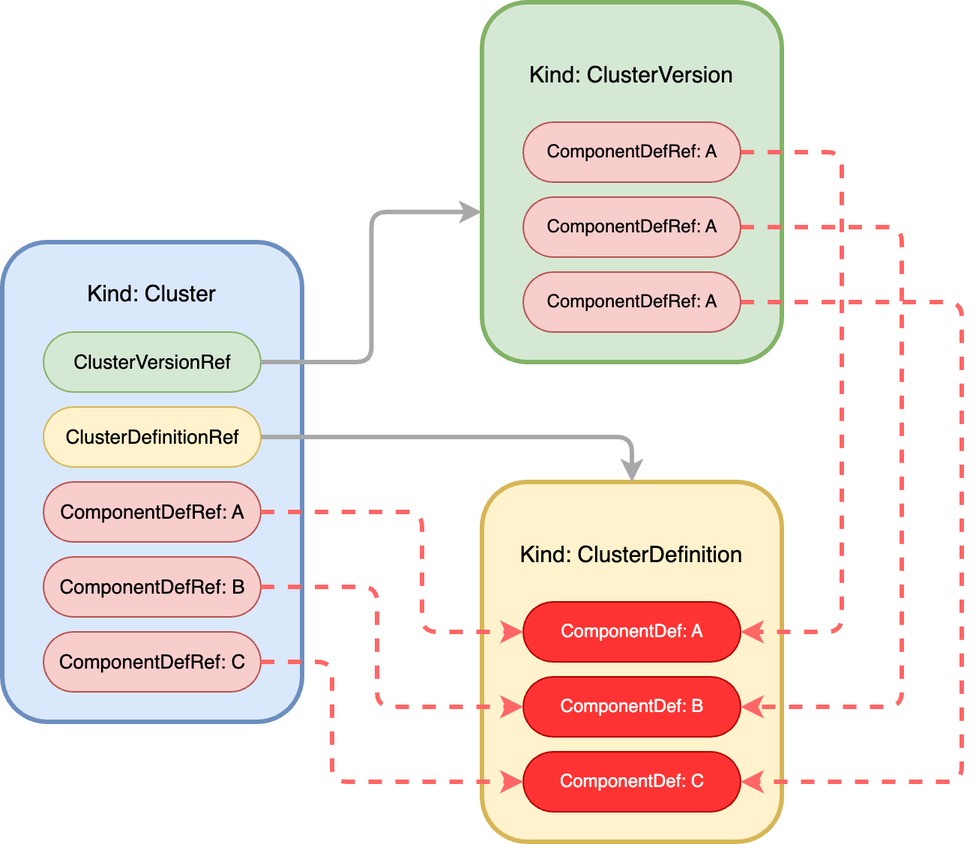
Before: _posts/img/2023-08-28/kubeblocks.png, a diagram exported from draw.io (shawnh2/shawnh2.github.io). Source tidied: cells renumbered, new cells last; positions are measured from the earlier drawing's top-left corner, leaving out a move shared by most shapes.
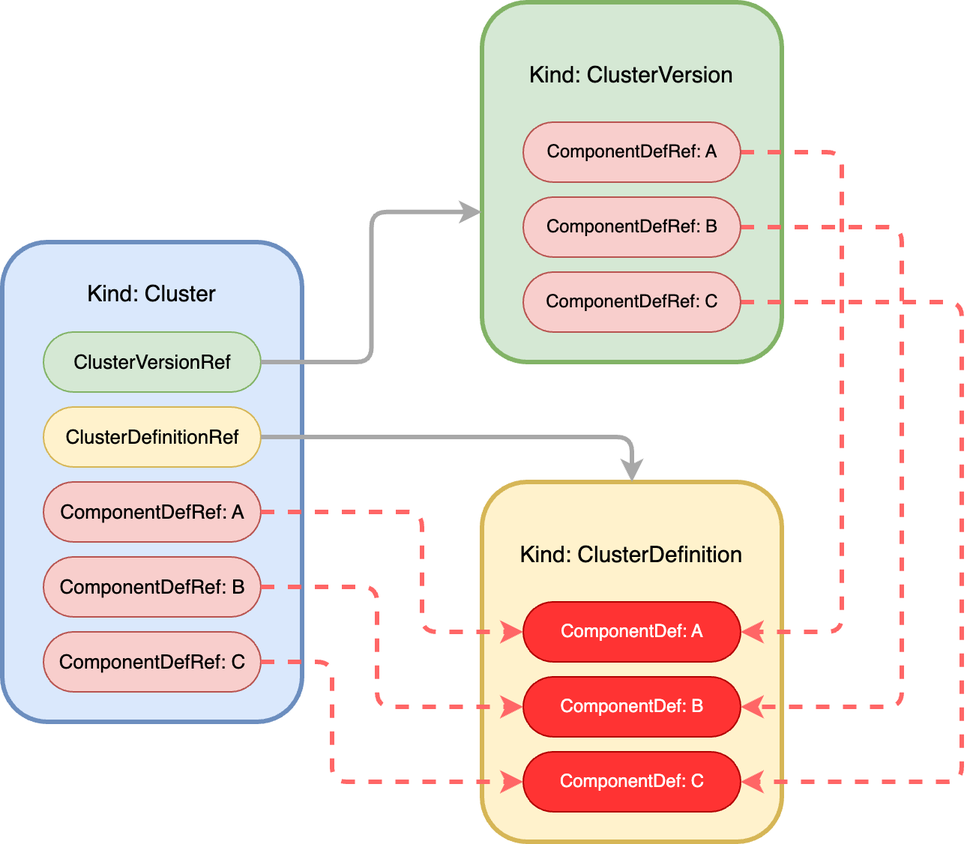
After the commit.

Diff of the diagram source:
```diff
@@ -87,7 +87,7 @@
         </Array>
       </mxGeometry>
     </mxCell>
-    <mxCell id="22" value="ComponentDefRef: A" style="rounded=1;whiteSpace=wrap;html=1;fillColor=#f8cecc;strokeColor=#b85450;arcSize=50;" parent="1" vertex="1">
+    <mxCell id="22" value="ComponentDefRef: B" style="rounded=1;whiteSpace=wrap;html=1;fillColor=#f8cecc;strokeColor=#b85450;arcSize=50;" parent="1" vertex="1">
       <mxGeometry x="347.5" y="130" width="145" height="40" as="geometry" />
     </mxCell>
     <mxCell id="23" style="edgeStyle=orthogonalEdgeStyle;rounded=1;jettySize=auto;html=1;exitX=1;exitY=0.5;exitDx=0;exitDy=0;entryX=1;entryY=0.5;entryDx=0;entryDy=0;strokeWidth=3;strokeColor=#FF6666;dashed=1;" parent="1" edge="1" source="24" target="7">
@@ -98,7 +98,7 @@
         </Array>
       </mxGeometry>
     </mxCell>
-    <mxCell id="24" value="ComponentDefRef: A" style="rounded=1;whiteSpace=wrap;html=1;fillColor=#f8cecc;strokeColor=#b85450;arcSize=50;" parent="1" vertex="1">
+    <mxCell id="24" value="ComponentDefRef: C" style="rounded=1;whiteSpace=wrap;html=1;fillColor=#f8cecc;strokeColor=#b85450;arcSize=50;" parent="1" vertex="1">
       <mxGeometry x="347.5" y="180" width="145" height="40" as="geometry" />
     </mxCell>
   </root>
```
